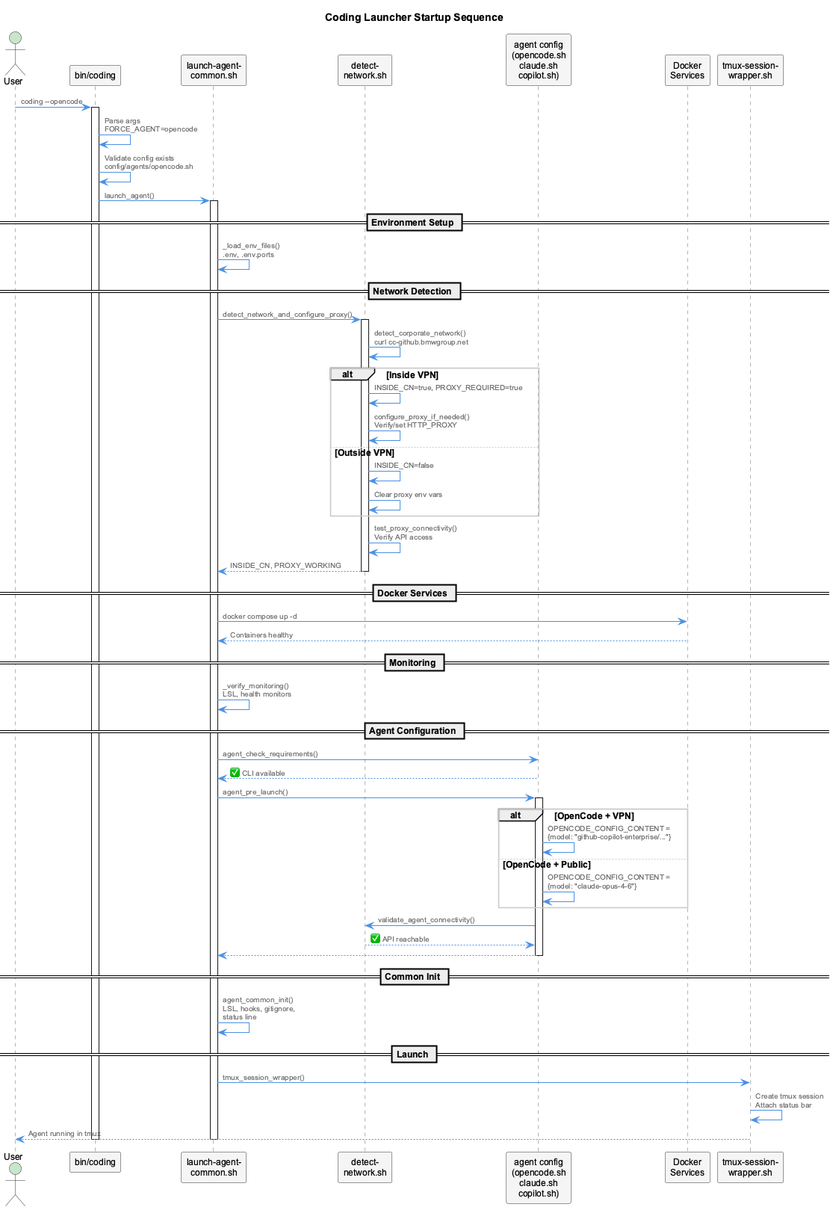
Earlier version of the PlantUML export docs/images/launcher-startup-sequence.png (fwornle/coding). The source it was exported from:
```plantuml
@startuml launcher-startup-sequence
!include _standard-style.puml

title Coding Launcher Startup Sequence

actor User as user
participant "bin/coding" as launcher
participant "launch-agent-\ncommon.sh" as common
participant "detect-\nnetwork.sh" as network
participant "agent config\n(opencode.sh\nclaude.sh\ncopilot.sh)" as agent
participant "Docker\nServices" as docker
participant "tmux-session-\nwrapper.sh" as tmux

user -> launcher: coding --opencode
activate launcher

launcher -> launcher: Parse args\nFORCE_AGENT=opencode
launcher -> launcher: Validate config exists\nconfig/agents/opencode.sh
launcher -> common: launch_agent()
activate common

== Environment Setup ==
common -> common: _load_env_files()\n.env, .env.ports

== Network Detection ==
common -> network: detect_network_and_configure_proxy()
activate network
network -> network: detect_corporate_network()\ncurl cc-github.bmwgroup.net
alt Inside VPN
  network -> network: INSIDE_CN=true, PROXY_REQUIRED=true
  network -> network: configure_proxy_if_needed()\nVerify/set HTTP_PROXY
else Outside VPN
  network -> network: INSIDE_CN=false
  network -> network: Clear proxy env vars
end
network -> network: test_proxy_connectivity()\nVerify API access
network --> common: INSIDE_CN, PROXY_WORKING
deactivate network

== Docker Services ==
common -> docker: docker compose up -d
docker --> common: Containers healthy

== Monitoring ==
common -> common: _verify_monitoring()\nLSL, health monitors

== Agent Configuration ==
common -> agent: agent_check_requirements()
agent --> common: ✅ CLI available

common -> agent: agent_pre_launch()
activate agent
alt OpenCode + VPN
  agent -> agent: OPENCODE_CONFIG_CONTENT =\n{model: "github-copilot-enterprise/..."}
else OpenCode + Public
  agent -> agent: OPENCODE_CONFIG_CONTENT =\n{model: "claude-opus-4-6"}
end
agent -> network: validate_agent_connectivity()
network --> agent: ✅ API reachable
agent --> common
deactivate agent

== Common Init ==
common -> common: agent_common_init()\nLSL, hooks, gitignore,\nstatus line

== Launch ==
common -> tmux: tmux_session_wrapper()
tmux -> tmux: Create tmux session\nAttach status bar
tmux --> user: Agent running in tmux
deactivate common
deactivate launcher

@enduml
```
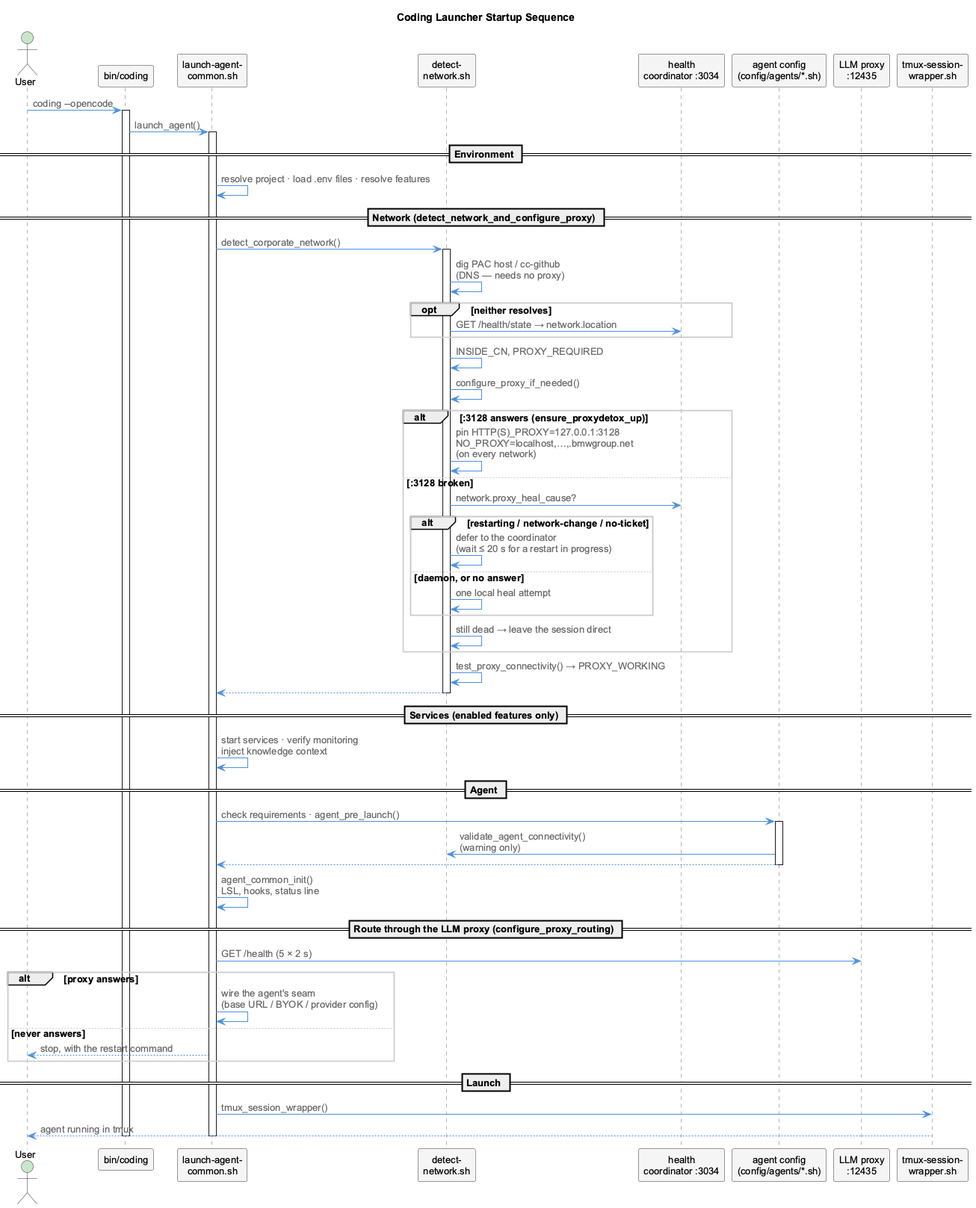
Above is the later version.

Diff of the diagram source:
```diff
@@ -1,5 +1,7 @@
 @startuml launcher-startup-sequence
 !include _standard-style.puml
+skinparam defaultFontSize 13
+skinparam shadowing false
 
 title Coding Launcher Startup Sequence
 
@@ -7,67 +9,65 @@
 participant "bin/coding" as launcher
 participant "launch-agent-\ncommon.sh" as common
 participant "detect-\nnetwork.sh" as network
-participant "agent config\n(opencode.sh\nclaude.sh\ncopilot.sh)" as agent
-participant "Docker\nServices" as docker
+participant "health\ncoordinator :3034" as coord
+participant "agent config\n(config/agents/*.sh)" as agent
+participant "LLM proxy\n:12435" as llm
 participant "tmux-session-\nwrapper.sh" as tmux
 
 user -> launcher: coding --opencode
 activate launcher
-
-launcher -> launcher: Parse args\nFORCE_AGENT=opencode
-launcher -> launcher: Validate config exists\nconfig/agents/opencode.sh
 launcher -> common: launch_agent()
 activate common
 
-== Environment Setup ==
-common -> common: _load_env_files()\n.env, .env.ports
+== Environment ==
+common -> common: resolve project · load .env files · resolve features
 
-== Network Detection ==
-common -> network: detect_network_and_configure_proxy()
+== Network (detect_network_and_configure_proxy) ==
+common -> network: detect_corporate_network()
 activate network
-network -> network: detect_corporate_network()\ncurl cc-github.bmwgroup.net
-alt Inside VPN
-  network -> network: INSIDE_CN=true, PROXY_REQUIRED=true
-  network -> network: configure_proxy_if_needed()\nVerify/set HTTP_PROXY
-else Outside VPN
-  network -> network: INSIDE_CN=false
-  network -> network: Clear proxy env vars
+network -> network: dig PAC host / cc-github\n(DNS — needs no proxy)
+opt neither resolves
+  network -> coord: GET /health/state → network.location
 end
-network -> network: test_proxy_connectivity()\nVerify API access
-network --> common: INSIDE_CN, PROXY_WORKING
+network -> network: INSIDE_CN, PROXY_REQUIRED
+network -> network: configure_proxy_if_needed()
+alt :3128 answers (ensure_proxydetox_up)
+  network -> network: pin HTTP(S)_PROXY=127.0.0.1:3128\nNO_PROXY=localhost,…,.bmwgroup.net\n(on every network)
+else :3128 broken
+  network -> coord: network.proxy_heal_cause?
+  alt restarting / network-change / no-ticket
+    network -> network: defer to the coordinator\n(wait ≤ 20 s for a restart in progress)
+  else daemon, or no answer
+    network -> network: one local heal attempt
+  end
+  network -> network: still dead → leave the session direct
+end
+network -> network: test_proxy_connectivity() → PROXY_WORKING
+network --> common
 deactivate network
 
-== Docker Services ==
-common -> docker: docker compose up -d
-docker --> common: Containers healthy
+== Services (enabled features only) ==
+common -> common: start services · verify monitoring\ninject knowledge context
 
-== Monitoring ==
-common -> common: _verify_monitoring()\nLSL, health monitors
-
-== Agent Configuration ==
-common -> agent: agent_check_requirements()
-agent --> common: ✅ CLI available
-
-common -> agent: agent_pre_launch()
+== Agent ==
+common -> agent: check requirements · agent_pre_launch()
 activate agent
-alt OpenCode + VPN
-  agent -> agent: OPENCODE_CONFIG_CONTENT =\n{model: "github-copilot-enterprise/..."}
-else OpenCode + Public
-  agent -> agent: OPENCODE_CONFIG_CONTENT =\n{model: "claude-opus-4-6"}
-end
-agent -> network: validate_agent_connectivity()
-network --> agent: ✅ API reachable
+agent -> network: validate_agent_connectivity()\n(warning only)
 agent --> common
 deactivate agent
+common -> common: agent_common_init()\nLSL, hooks, status line
 
-== Common Init ==
-common -> common: agent_common_init()\nLSL, hooks, gitignore,\nstatus line
+== Route through the LLM proxy (configure_proxy_routing) ==
+common -> llm: GET /health (5 × 2 s)
+alt proxy answers
+  common -> common: wire the agent's seam\n(base URL / BYOK / provider config)
+else never answers
+  common --> user: stop, with the restart command
+end
 
 == Launch ==
 common -> tmux: tmux_session_wrapper()
-tmux -> tmux: Create tmux session\nAttach status bar
-tmux --> user: Agent running in tmux
+tmux --> user: agent running in tmux
 deactivate common
 deactivate launcher
-
 @enduml
```
